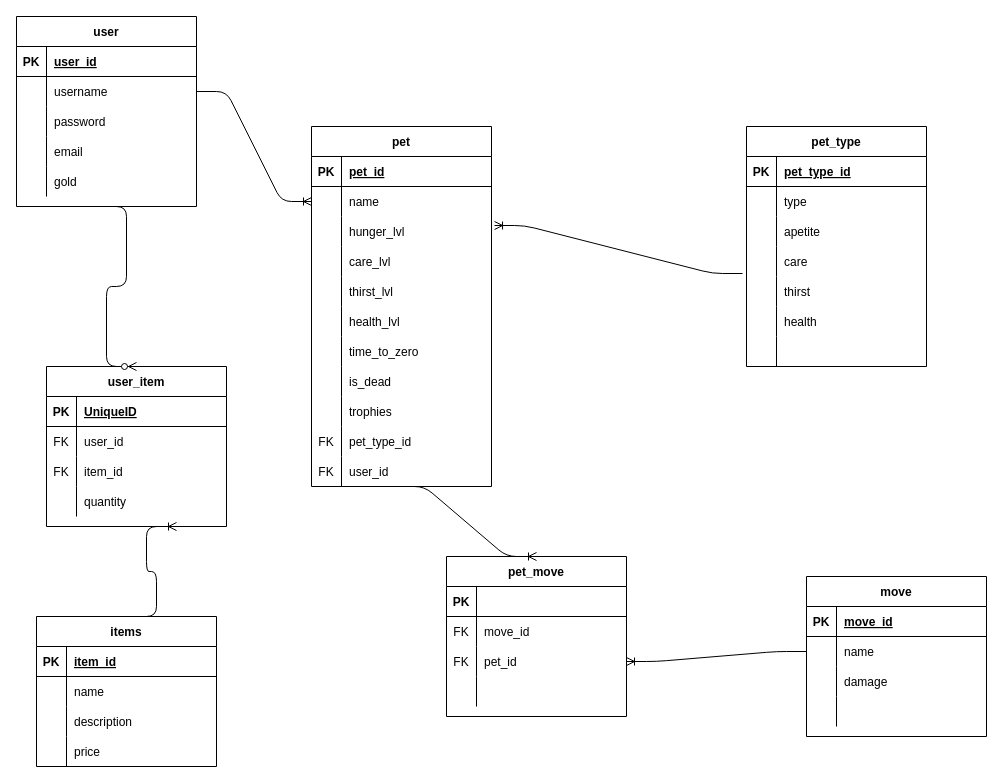
This is plan/schema-planning.drawio from chinnep/DigiPets, a draw.io file, before an edit. Source tidied: cells renumbered, new cells numbered last; positions are measured from the earlier drawing's top-left corner, leaving out a move shared by most shapes. Both pictures are drawn from the tidied source at 100%, with x=0, y=0 at pixel (16, 16).
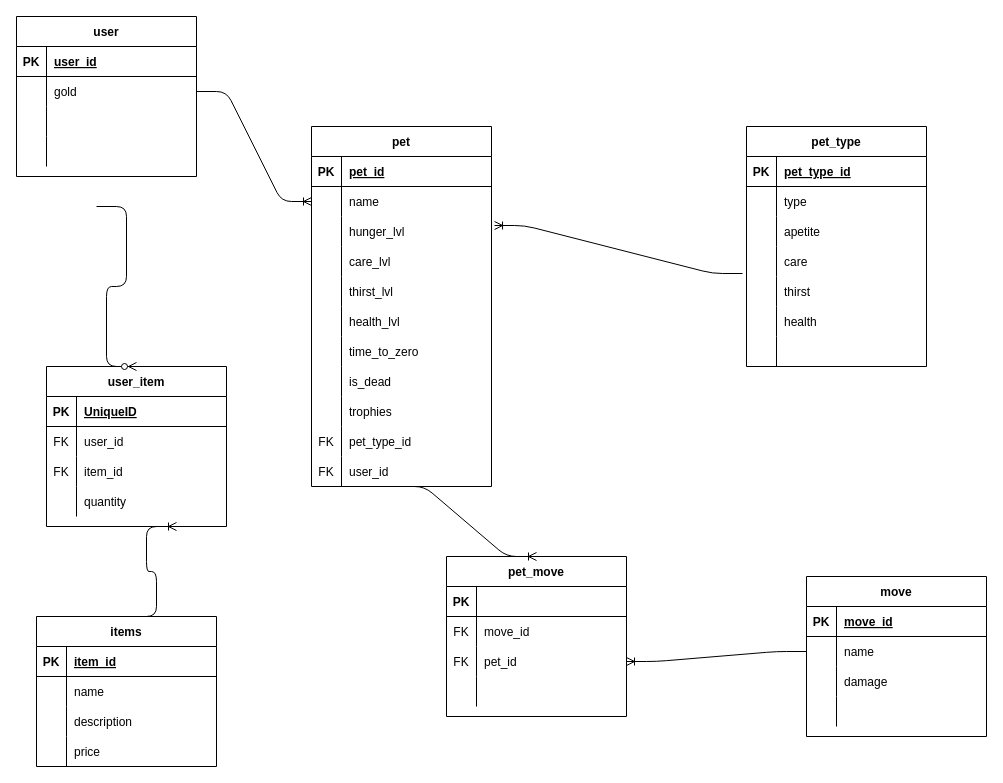
The same diagram, later.

Commit message:
update user auth

Unchanged cells that the change refers to:
```xml
<mxCell id="120" style="shape=partialRectangle;fillColor=none;top=0;left=0;bottom=0;right=0;" parent="116" vertex="1">
  <mxGeometry y="60" width="180" height="30" as="geometry" />
</mxCell>
<mxCell id="123" style="shape=partialRectangle;fillColor=none;top=0;left=0;bottom=0;right=0;" parent="116" vertex="1">
  <mxGeometry y="90" width="180" height="30" as="geometry" />
</mxCell>
```

Change to the diagram source:
```diff
@@
     <mxCell id="116" value="user" style="shape=table;startSize=30;childLayout=tableLayout;rowLines=0;fontStyle=1;align=center;" parent="1" vertex="1">
-      <mxGeometry width="180" height="190" as="geometry" />
+      <mxGeometry width="180" height="160" as="geometry" />
     </mxCell>
@@
-    <mxCell id="122" value="username" style="shape=partialRectangle;fillColor=none;top=0;left=0;bottom=0;right=0;align=left;spacingLeft=6;overflow=hidden;" parent="120" vertex="1">
+    <mxCell id="122" value="gold" style="shape=partialRectangle;fillColor=none;top=0;left=0;bottom=0;right=0;align=left;spacingLeft=6;overflow=hidden;" parent="120" vertex="1">
       <mxGeometry x="30" width="150" height="30" as="geometry" />
     </mxCell>
@@
-    <mxCell id="125" value="password" style="shape=partialRectangle;fillColor=none;top=0;left=0;bottom=0;right=0;align=left;spacingLeft=6;overflow=hidden;" parent="123" vertex="1">
+    <mxCell id="125" style="shape=partialRectangle;fillColor=none;top=0;left=0;bottom=0;right=0;align=left;spacingLeft=6;overflow=hidden;" parent="123" vertex="1">
       <mxGeometry x="30" width="150" height="30" as="geometry" />
     </mxCell>
-    <mxCell id="126" style="shape=partialRectangle;fillColor=none;top=0;left=0;bottom=0;right=0;" parent="116" vertex="1">
-      <mxGeometry y="120" width="180" height="30" as="geometry" />
-    </mxCell>
-    <mxCell id="127" style="shape=partialRectangle;fillColor=none;top=0;left=0;bottom=0;right=0;overflow=hidden;" parent="126" vertex="1">
-      <mxGeometry width="30" height="30" as="geometry" />
-    </mxCell>
-    <mxCell id="128" value="email" style="shape=partialRectangle;fillColor=none;top=0;left=0;bottom=0;right=0;align=left;spacingLeft=6;overflow=hidden;" parent="126" vertex="1">
-      <mxGeometry x="30" width="150" height="30" as="geometry" />
-    </mxCell>
     <mxCell id="129" style="shape=partialRectangle;fillColor=none;top=0;left=0;bottom=0;right=0;" parent="116" vertex="1">
-      <mxGeometry y="150" width="180" height="30" as="geometry" />
+      <mxGeometry y="120" width="180" height="30" as="geometry" />
     </mxCell>
@@
-    <mxCell id="131" value="gold" style="shape=partialRectangle;fillColor=none;top=0;left=0;bottom=0;right=0;align=left;spacingLeft=6;overflow=hidden;" parent="129" vertex="1">
+    <mxCell id="131" style="shape=partialRectangle;fillColor=none;top=0;left=0;bottom=0;right=0;align=left;spacingLeft=6;overflow=hidden;" parent="129" vertex="1">
       <mxGeometry x="30" width="150" height="30" as="geometry" />
     </mxCell>
```
